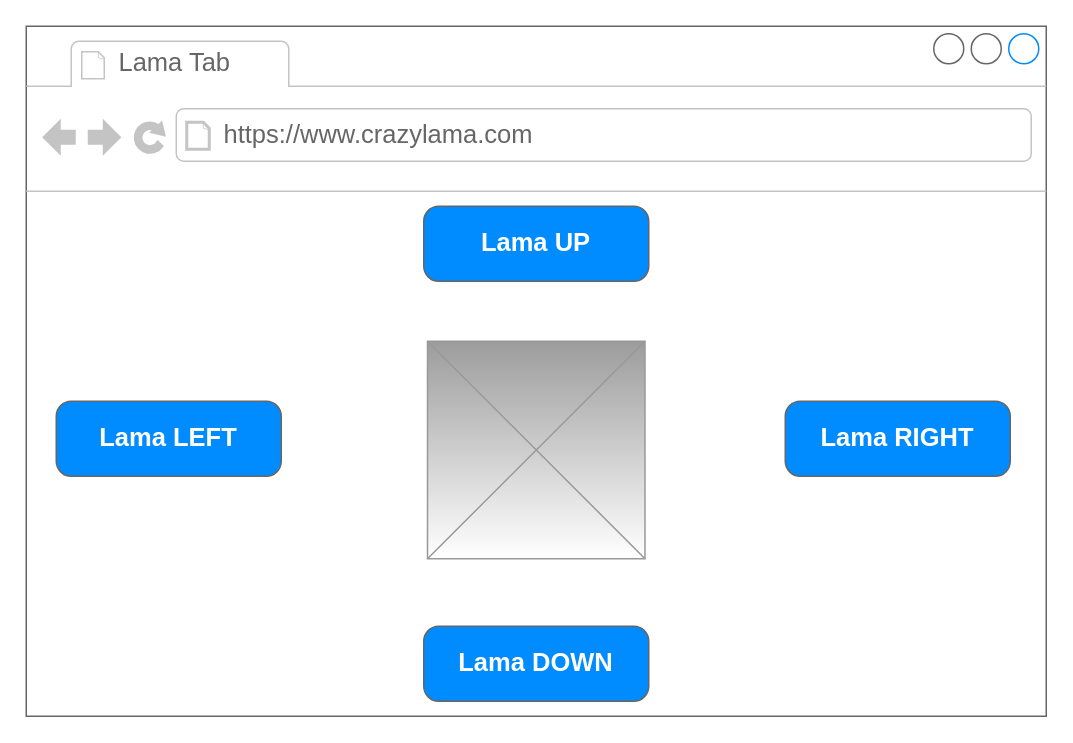
The draw.io diagram InteractablePage.drawio in Scheggia02/2021-computerTech-html5, before the edit. Source tidied: cells renumbered, new cells numbered last; positions are measured from the earlier drawing's top-left corner, leaving out a move shared by most shapes. Both pictures are drawn from the tidied source at 150%, with x=0, y=0 at pixel (26, 26).
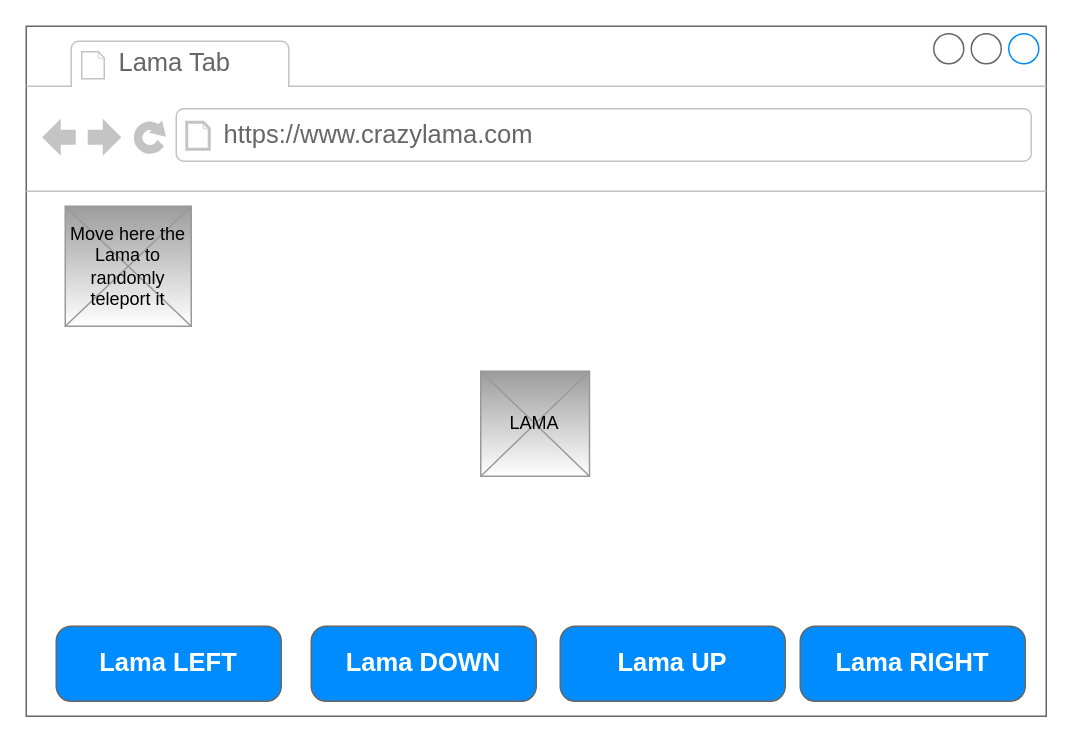
The same page after the edit.

Change to the diagram source:
```diff
@@
 <mxGraphModel>
   <root>
     <mxCell id="0" />
     <mxCell id="1" parent="0" />
     <mxCell id="2" style="strokeWidth=1;shadow=0;dashed=0;align=center;html=1;shape=mxgraph.mockup.containers.browserWindow;rSize=0;strokeColor=#666666;strokeColor2=#008cff;strokeColor3=#c4c4c4;mainText=,;fillColor=#FFFFFF;" parent="1" vertex="1">
       <mxGeometry width="680" height="460" as="geometry" />
     </mxCell>
     <mxCell id="3" value="Lama Tab" style="strokeWidth=1;shadow=0;dashed=0;align=center;html=1;shape=mxgraph.mockup.containers.anchor;fontSize=17;fontColor=#666666;align=left;" parent="2" vertex="1">
       <mxGeometry x="60" y="12" width="110" height="26" as="geometry" />
     </mxCell>
     <mxCell id="4" value="https://www.crazylama.com" style="strokeWidth=1;shadow=0;dashed=0;align=center;html=1;shape=mxgraph.mockup.containers.anchor;rSize=0;fontSize=17;fontColor=#666666;align=left;" parent="2" vertex="1">
       <mxGeometry x="130" y="60" width="250" height="26" as="geometry" />
     </mxCell>
     <mxCell id="5" style="verticalLabelPosition=bottom;shadow=0;dashed=0;align=center;html=1;verticalAlign=top;strokeWidth=1;shape=mxgraph.mockup.graphics.simpleIcon;strokeColor=#999999;fillColor=#9C9C9C;gradientColor=#ffffff;" parent="2" vertex="1">
-      <mxGeometry x="267.5" y="210" width="145" height="145" as="geometry" />
+      <mxGeometry x="303" y="230" width="72.5" height="70" as="geometry" />
     </mxCell>
     <mxCell id="6" value="Lama RIGHT" style="strokeWidth=1;shadow=0;dashed=0;align=center;html=1;shape=mxgraph.mockup.buttons.button;strokeColor=#666666;fontColor=#ffffff;mainText=;buttonStyle=round;fontSize=17;fontStyle=1;fillColor=#008cff;whiteSpace=wrap;" parent="2" vertex="1">
-      <mxGeometry x="506" y="250" width="150" height="50" as="geometry" />
+      <mxGeometry x="516" y="400" width="150" height="50" as="geometry" />
     </mxCell>
     <mxCell id="7" value="Lama LEFT" style="strokeWidth=1;shadow=0;dashed=0;align=center;html=1;shape=mxgraph.mockup.buttons.button;strokeColor=#666666;fontColor=#ffffff;mainText=;buttonStyle=round;fontSize=17;fontStyle=1;fillColor=#008cff;whiteSpace=wrap;" parent="2" vertex="1">
-      <mxGeometry x="20" y="250" width="150" height="50" as="geometry" />
+      <mxGeometry x="20" y="400" width="150" height="50" as="geometry" />
     </mxCell>
     <mxCell id="8" value="Lama UP" style="strokeWidth=1;shadow=0;dashed=0;align=center;html=1;shape=mxgraph.mockup.buttons.button;strokeColor=#666666;fontColor=#ffffff;mainText=;buttonStyle=round;fontSize=17;fontStyle=1;fillColor=#008cff;whiteSpace=wrap;" parent="2" vertex="1">
-      <mxGeometry x="265" y="120" width="150" height="50" as="geometry" />
+      <mxGeometry x="356" y="400" width="150" height="50" as="geometry" />
     </mxCell>
     <mxCell id="9" value="Lama DOWN" style="strokeWidth=1;shadow=0;dashed=0;align=center;html=1;shape=mxgraph.mockup.buttons.button;strokeColor=#666666;fontColor=#ffffff;mainText=;buttonStyle=round;fontSize=17;fontStyle=1;fillColor=#008cff;whiteSpace=wrap;" parent="2" vertex="1">
-      <mxGeometry x="265" y="400" width="150" height="50" as="geometry" />
+      <mxGeometry x="190" y="400" width="150" height="50" as="geometry" />
     </mxCell>
+    <mxCell id="10" style="verticalLabelPosition=bottom;shadow=0;dashed=0;align=center;html=1;verticalAlign=top;strokeWidth=1;shape=mxgraph.mockup.graphics.simpleIcon;strokeColor=#999999;fillColor=#9C9C9C;gradientColor=#ffffff;" parent="2" vertex="1">
+      <mxGeometry x="26" y="120" width="84" height="80" as="geometry" />
+    </mxCell>
+    <mxCell id="11" value="&lt;font color=&quot;#000000&quot;&gt;Move here the Lama to randomly teleport it&lt;/font&gt;" style="text;html=1;strokeColor=none;fillColor=none;align=center;verticalAlign=middle;whiteSpace=wrap;rounded=0;" parent="2" vertex="1">
+      <mxGeometry x="28" y="125" width="80" height="70" as="geometry" />
+    </mxCell>
+    <mxCell id="12" value="&lt;font color=&quot;#000000&quot;&gt;LAMA&lt;/font&gt;" style="text;html=1;strokeColor=none;fillColor=none;align=center;verticalAlign=middle;whiteSpace=wrap;rounded=0;" parent="2" vertex="1">
+      <mxGeometry x="319" y="255" width="40" height="20" as="geometry" />
+    </mxCell>
   </root>
 </mxGraphModel>
```
